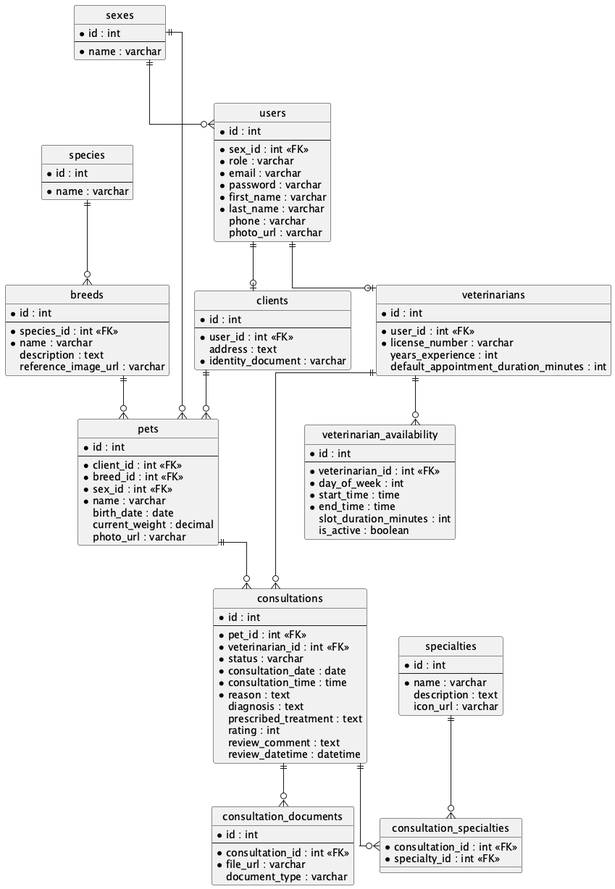
The PlantUML diagram Docs/diagrams/schema.png in W1llpr0/prograMovil, before a commit.
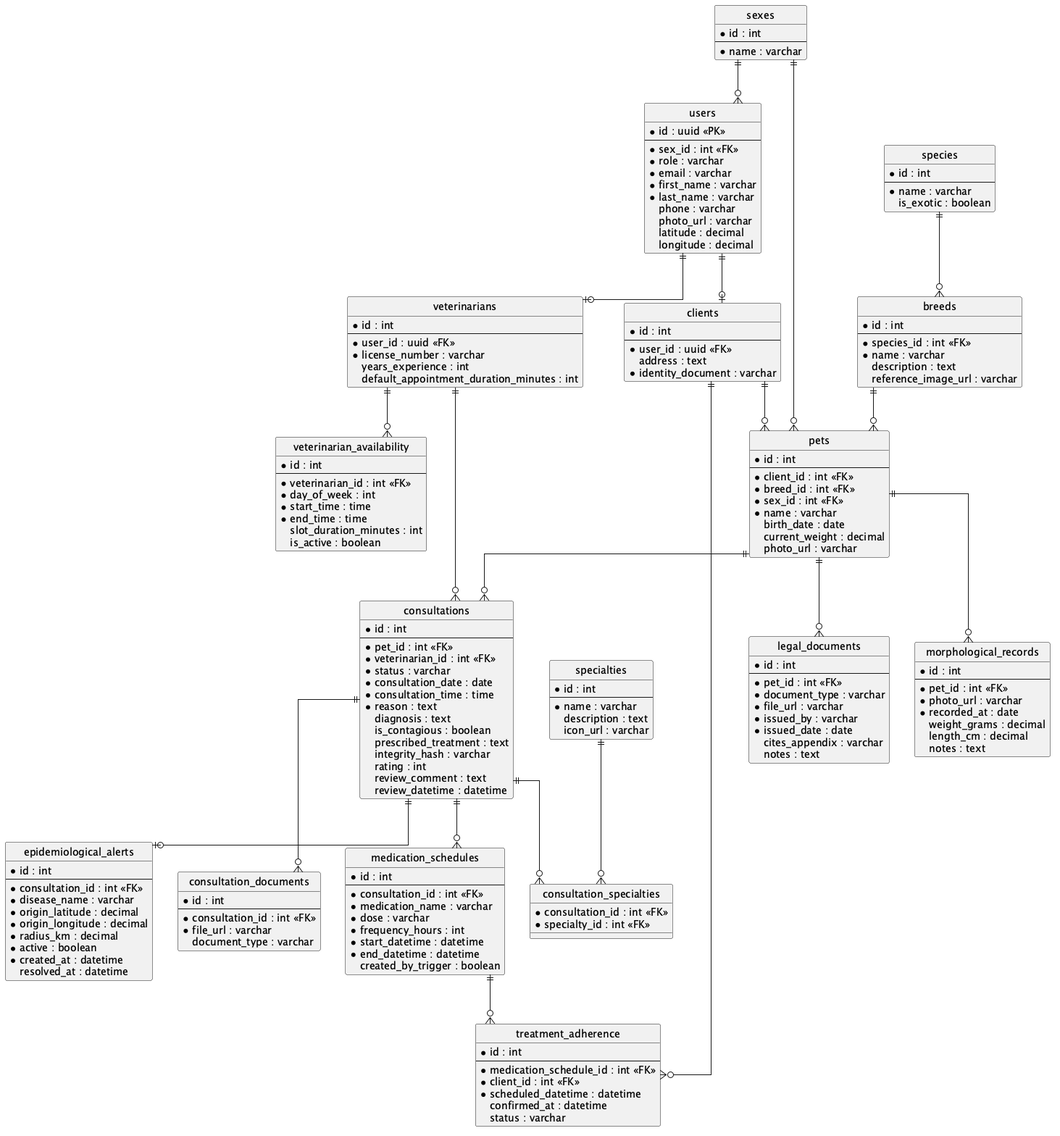
After the change.

The edit, as a diff of the source:
```diff
@@ -10,22 +10,23 @@
 }
 
 entity "users" {
-  * id : int
+  * id : uuid <<PK>>
   --
   * sex_id : int <<FK>>
   * role : varchar
   * email : varchar
-  * password : varchar
   * first_name : varchar
   * last_name : varchar
   phone : varchar
   photo_url : varchar
+  latitude : decimal
+  longitude : decimal
 }
 
 entity "clients" {
   * id : int
   --
-  * user_id : int <<FK>>
+  * user_id : uuid <<FK>>
   address : text
   * identity_document : varchar
 }
@@ -33,7 +34,7 @@
 entity "veterinarians" {
   * id : int
   --
-  * user_id : int <<FK>>
+  * user_id : uuid <<FK>>
   * license_number : varchar
   years_experience : int
   default_appointment_duration_minutes : int
@@ -43,6 +44,7 @@
   * id : int
   --
   * name : varchar
+  is_exotic : boolean
 }
 
 entity "breeds" {
@@ -84,7 +86,9 @@
   * consultation_time : time
   * reason : text
   diagnosis : text
+  is_contagious : boolean
   prescribed_treatment : text
+  integrity_hash : varchar
   rating : int
   review_comment : text
   review_datetime : datetime
@@ -114,6 +118,65 @@
   * specialty_id : int <<FK>>
 }
 
+
+entity "medication_schedules" {
+  * id : int
+  --
+  * consultation_id : int <<FK>>
+  * medication_name : varchar
+  * dose : varchar
+  * frequency_hours : int
+  * start_datetime : datetime
+  * end_datetime : datetime
+  created_by_trigger : boolean
+}
+
+entity "treatment_adherence" {
+  * id : int
+  --
+  * medication_schedule_id : int <<FK>>
+  * client_id : int <<FK>>
+  * scheduled_datetime : datetime
+  confirmed_at : datetime
+  status : varchar
+}
+
+entity "epidemiological_alerts" {
+  * id : int
+  --
+  * consultation_id : int <<FK>>
+  * disease_name : varchar
+  * origin_latitude : decimal
+  * origin_longitude : decimal
+  * radius_km : decimal
+  * active : boolean
+  * created_at : datetime
+  resolved_at : datetime
+}
+
+entity "morphological_records" {
+  * id : int
+  --
+  * pet_id : int <<FK>>
+  * photo_url : varchar
+  * recorded_at : date
+  weight_grams : decimal
+  length_cm : decimal
+  notes : text
+}
+
+entity "legal_documents" {
+  * id : int
+  --
+  * pet_id : int <<FK>>
+  * document_type : varchar
+  * file_url : varchar
+  * issued_by : varchar
+  * issued_date : date
+  cites_appendix : varchar
+  notes : text
+}
+
 sexes ||--o{ users
 sexes ||--o{ pets
 users ||--o| clients
@@ -130,4 +193,11 @@
 consultations ||--o{ consultation_specialties
 specialties ||--o{ consultation_specialties
 
+consultations ||--o{ medication_schedules
+medication_schedules ||--o{ treatment_adherence
+clients ||--o{ treatment_adherence
+consultations ||--o| epidemiological_alerts
+pets ||--o{ morphological_records
+pets ||--o{ legal_documents
+
 @enduml
```
